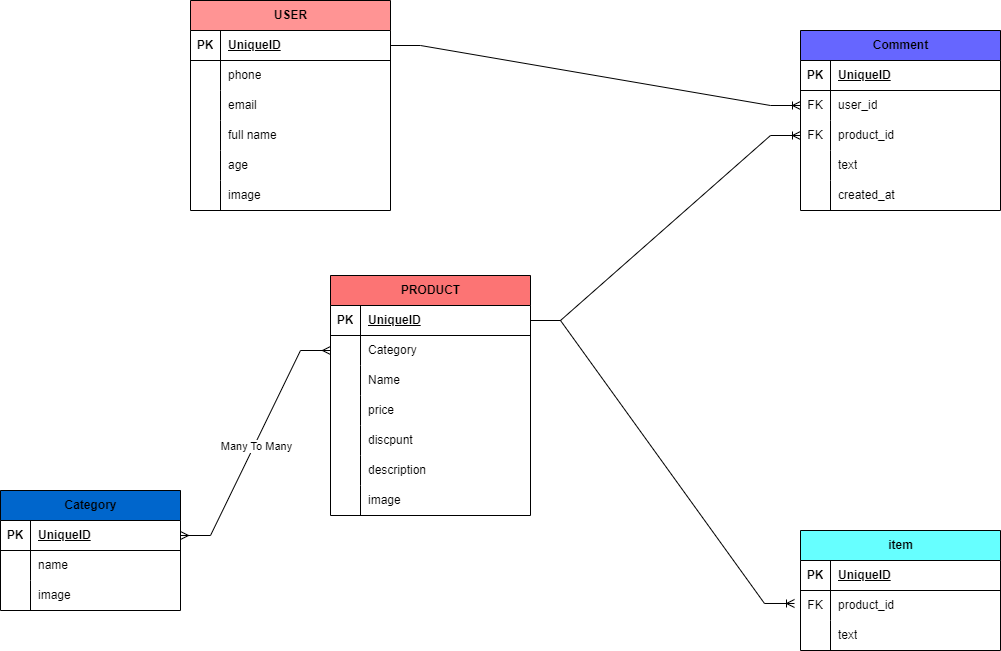
Before: multishop.drawio.png, a diagram exported from draw.io (shirazidev/MultiShop). Source tidied: cells renumbered, new cells last; positions are measured from the earlier drawing's top-left corner, leaving out a move shared by most shapes.
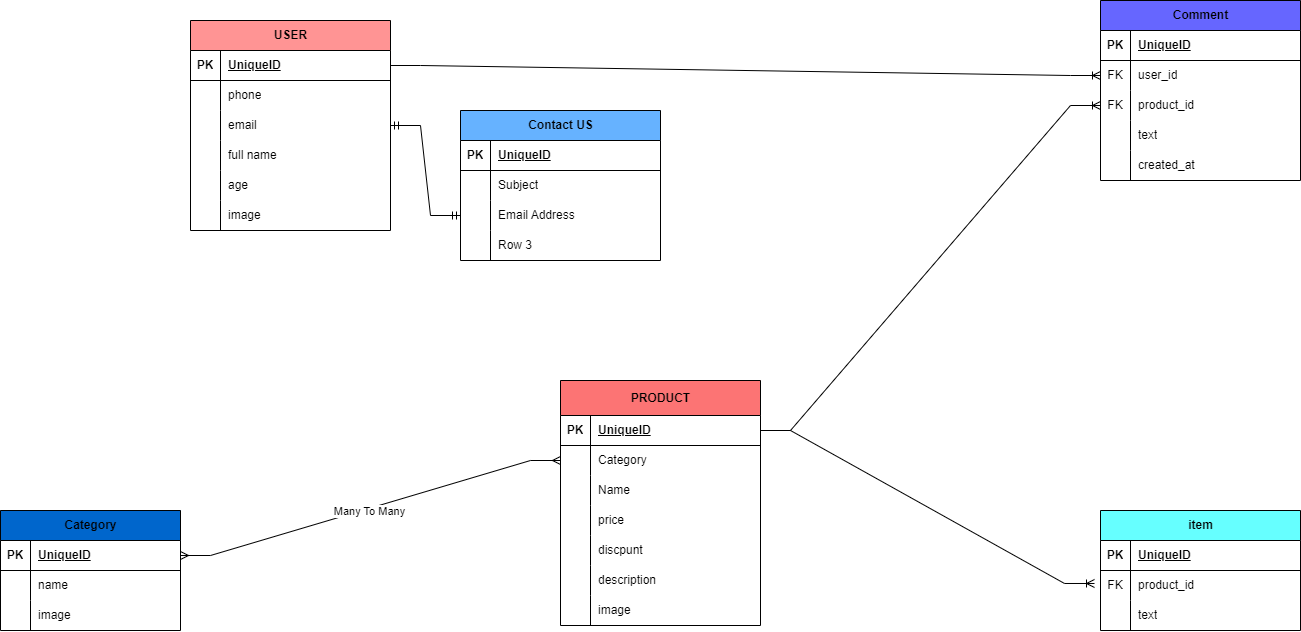
After the change.

The edit, as a diff of the source:
```diff
@@ -60,7 +60,7 @@
       <mxGeometry x="30" width="170" height="30" as="geometry" />
     </mxCell>
     <mxCell id="21" value="item&lt;span style=&quot;white-space: pre;&quot;&gt;&#9;&lt;/span&gt;" style="shape=table;startSize=30;rowLines=0;fontStyle=1;align=center;html=1;fillColor=#66FFFF;" parent="1" vertex="1">
-      <mxGeometry x="800" y="530" width="200" height="120" as="geometry" />
+      <mxGeometry x="1100" y="490" width="200" height="120" as="geometry" />
     </mxCell>
     <mxCell id="22" style="shape=tableRow;horizontal=0;startSize=0;swimlaneHead=0;swimlaneBody=0;fillColor=none;top=0;left=0;right=0;bottom=1;" parent="21" vertex="1">
       <mxGeometry y="30" width="200" height="30" as="geometry" />
@@ -93,7 +93,7 @@
       <mxGeometry relative="1" as="geometry" />
     </mxCell>
     <mxCell id="32" value="Comment" style="shape=table;startSize=30;rowLines=0;fontStyle=1;align=center;html=1;fillColor=#6666FF;" parent="1" vertex="1">
-      <mxGeometry x="800" y="30" width="200" height="180" as="geometry" />
+      <mxGeometry x="1100" y="-20" width="200" height="180" as="geometry" />
     </mxCell>
     <mxCell id="33" style="shape=tableRow;horizontal=0;startSize=0;swimlaneHead=0;swimlaneBody=0;fillColor=none;top=0;left=0;right=0;bottom=1;" parent="32" vertex="1">
       <mxGeometry y="30" width="200" height="30" as="geometry" />
@@ -176,11 +176,11 @@
     <mxCell id="59" value="image" style="shape=partialRectangle;fillColor=none;top=0;left=0;bottom=0;right=0;align=left;spacingLeft=6;overflow=hidden;whiteSpace=wrap;html=1;" parent="57" vertex="1">
       <mxGeometry x="30" width="150" height="30" as="geometry" />
     </mxCell>
-    <mxCell id="60" value="PRODUCT" style="shape=table;startSize=30;rowLines=0;fontStyle=1;align=center;html=1;fillColor=#FC7474;" parent="1" vertex="1">
-      <mxGeometry x="330" y="275" width="200" height="240" as="geometry" />
+    <mxCell id="60" value="PRODUCT" style="shape=table;startSize=35;rowLines=0;fontStyle=1;align=center;html=1;fillColor=#FC7474;" parent="1" vertex="1">
+      <mxGeometry x="560" y="360" width="200" height="245" as="geometry" />
     </mxCell>
     <mxCell id="61" style="shape=tableRow;horizontal=0;startSize=0;swimlaneHead=0;swimlaneBody=0;fillColor=none;points=[[0,0.5],[1,0.5]];portConstraint=eastwest;top=0;left=0;right=0;bottom=1;" parent="60" vertex="1">
-      <mxGeometry y="30" width="200" height="30" as="geometry" />
+      <mxGeometry y="35" width="200" height="30" as="geometry" />
     </mxCell>
     <mxCell id="62" value="PK" style="shape=partialRectangle;fillColor=none;top=0;left=0;bottom=0;right=0;fontStyle=1;overflow=hidden;whiteSpace=wrap;html=1;" parent="61" vertex="1">
       <mxGeometry width="30" height="30" as="geometry" />
@@ -189,7 +189,7 @@
       <mxGeometry x="30" width="170" height="30" as="geometry" />
     </mxCell>
     <mxCell id="64" style="shape=tableRow;horizontal=0;startSize=0;swimlaneHead=0;swimlaneBody=0;fillColor=none;points=[[0,0.5],[1,0.5]];portConstraint=eastwest;top=0;left=0;right=0;bottom=0;" parent="60" vertex="1">
-      <mxGeometry y="60" width="200" height="30" as="geometry" />
+      <mxGeometry y="65" width="200" height="30" as="geometry" />
     </mxCell>
     <mxCell id="65" style="shape=partialRectangle;fillColor=none;top=0;left=0;bottom=0;right=0;overflow=hidden;whiteSpace=wrap;html=1;" parent="64" vertex="1">
       <mxGeometry width="30" height="30" as="geometry" />
@@ -198,7 +198,7 @@
       <mxGeometry x="30" width="170" height="30" as="geometry" />
     </mxCell>
     <mxCell id="67" style="shape=tableRow;horizontal=0;startSize=0;swimlaneHead=0;swimlaneBody=0;fillColor=none;top=0;left=0;right=0;bottom=0;" parent="60" vertex="1">
-      <mxGeometry y="90" width="200" height="30" as="geometry" />
+      <mxGeometry y="95" width="200" height="30" as="geometry" />
     </mxCell>
     <mxCell id="68" style="shape=partialRectangle;fillColor=none;top=0;left=0;bottom=0;right=0;overflow=hidden;whiteSpace=wrap;html=1;" parent="67" vertex="1">
       <mxGeometry width="30" height="30" as="geometry" />
@@ -207,7 +207,7 @@
       <mxGeometry x="30" width="170" height="30" as="geometry" />
     </mxCell>
     <mxCell id="70" style="shape=tableRow;horizontal=0;startSize=0;swimlaneHead=0;swimlaneBody=0;fillColor=none;top=0;left=0;right=0;bottom=0;" parent="60" vertex="1">
-      <mxGeometry y="120" width="200" height="30" as="geometry" />
+      <mxGeometry y="125" width="200" height="30" as="geometry" />
     </mxCell>
     <mxCell id="71" style="shape=partialRectangle;fillColor=none;top=0;left=0;bottom=0;right=0;overflow=hidden;whiteSpace=wrap;html=1;" parent="70" vertex="1">
       <mxGeometry width="30" height="30" as="geometry" />
@@ -216,7 +216,7 @@
       <mxGeometry x="30" width="170" height="30" as="geometry" />
     </mxCell>
     <mxCell id="73" style="shape=tableRow;horizontal=0;startSize=0;swimlaneHead=0;swimlaneBody=0;fillColor=none;top=0;left=0;right=0;bottom=0;" parent="60" vertex="1">
-      <mxGeometry y="150" width="200" height="30" as="geometry" />
+      <mxGeometry y="155" width="200" height="30" as="geometry" />
     </mxCell>
     <mxCell id="74" style="shape=partialRectangle;fillColor=none;top=0;left=0;bottom=0;right=0;overflow=hidden;whiteSpace=wrap;html=1;" parent="73" vertex="1">
       <mxGeometry width="30" height="30" as="geometry" />
@@ -225,7 +225,7 @@
       <mxGeometry x="30" width="170" height="30" as="geometry" />
     </mxCell>
     <mxCell id="76" style="shape=tableRow;horizontal=0;startSize=0;swimlaneHead=0;swimlaneBody=0;fillColor=none;top=0;left=0;right=0;bottom=0;" parent="60" vertex="1">
-      <mxGeometry y="180" width="200" height="30" as="geometry" />
+      <mxGeometry y="185" width="200" height="30" as="geometry" />
     </mxCell>
     <mxCell id="77" style="shape=partialRectangle;fillColor=none;top=0;left=0;bottom=0;right=0;overflow=hidden;whiteSpace=wrap;html=1;" parent="76" vertex="1">
       <mxGeometry width="30" height="30" as="geometry" />
@@ -234,7 +234,7 @@
       <mxGeometry x="30" width="170" height="30" as="geometry" />
     </mxCell>
     <mxCell id="79" style="shape=tableRow;horizontal=0;startSize=0;swimlaneHead=0;swimlaneBody=0;fillColor=none;top=0;left=0;right=0;bottom=0;" parent="60" vertex="1">
-      <mxGeometry y="210" width="200" height="30" as="geometry" />
+      <mxGeometry y="215" width="200" height="30" as="geometry" />
     </mxCell>
     <mxCell id="80" style="shape=partialRectangle;fillColor=none;top=0;left=0;bottom=0;right=0;overflow=hidden;whiteSpace=wrap;html=1;" parent="79" vertex="1">
       <mxGeometry width="30" height="30" as="geometry" />
@@ -248,5 +248,47 @@
     <mxCell id="83" value="Many To Many" style="edgeLabel;html=1;align=center;verticalAlign=middle;" parent="82" vertex="1">
       <mxGeometry x="-0.01" y="-2" relative="1" as="geometry" />
     </mxCell>
+    <mxCell id="84" value="Contact US" style="shape=table;startSize=30;rowLines=0;fontStyle=1;align=center;html=1;fillColor=#66B2FF;" parent="1" vertex="1">
+      <mxGeometry x="460" y="90" width="200" height="150" as="geometry" />
+    </mxCell>
+    <mxCell id="85" style="shape=tableRow;horizontal=0;startSize=0;swimlaneHead=0;swimlaneBody=0;fillColor=none;top=0;left=0;right=0;bottom=1;" parent="84" vertex="1">
+      <mxGeometry y="30" width="200" height="30" as="geometry" />
+    </mxCell>
+    <mxCell id="86" value="PK" style="shape=partialRectangle;fillColor=none;top=0;left=0;bottom=0;right=0;fontStyle=1;overflow=hidden;whiteSpace=wrap;html=1;" parent="85" vertex="1">
+      <mxGeometry width="30" height="30" as="geometry" />
+    </mxCell>
+    <mxCell id="87" value="UniqueID" style="shape=partialRectangle;fillColor=none;top=0;left=0;bottom=0;right=0;align=left;spacingLeft=6;fontStyle=5;overflow=hidden;whiteSpace=wrap;html=1;" parent="85" vertex="1">
+      <mxGeometry x="30" width="170" height="30" as="geometry" />
+    </mxCell>
+    <mxCell id="88" style="shape=tableRow;horizontal=0;startSize=0;swimlaneHead=0;swimlaneBody=0;fillColor=none;top=0;left=0;right=0;bottom=0;" parent="84" vertex="1">
+      <mxGeometry y="60" width="200" height="30" as="geometry" />
+    </mxCell>
+    <mxCell id="89" style="shape=partialRectangle;fillColor=none;top=0;left=0;bottom=0;right=0;overflow=hidden;whiteSpace=wrap;html=1;" parent="88" vertex="1">
+      <mxGeometry width="30" height="30" as="geometry" />
+    </mxCell>
+    <mxCell id="90" value="Subject" style="shape=partialRectangle;fillColor=none;top=0;left=0;bottom=0;right=0;align=left;spacingLeft=6;overflow=hidden;whiteSpace=wrap;html=1;" parent="88" vertex="1">
+      <mxGeometry x="30" width="170" height="30" as="geometry" />
+    </mxCell>
+    <mxCell id="91" style="shape=tableRow;horizontal=0;startSize=0;swimlaneHead=0;swimlaneBody=0;fillColor=none;points=[[0,0.5],[1,0.5]];portConstraint=eastwest;top=0;left=0;right=0;bottom=0;" parent="84" vertex="1">
+      <mxGeometry y="90" width="200" height="30" as="geometry" />
+    </mxCell>
+    <mxCell id="92" style="shape=partialRectangle;fillColor=none;top=0;left=0;bottom=0;right=0;overflow=hidden;whiteSpace=wrap;html=1;" parent="91" vertex="1">
+      <mxGeometry width="30" height="30" as="geometry" />
+    </mxCell>
+    <mxCell id="93" value="Email Address" style="shape=partialRectangle;fillColor=none;top=0;left=0;bottom=0;right=0;align=left;spacingLeft=6;overflow=hidden;whiteSpace=wrap;html=1;" parent="91" vertex="1">
+      <mxGeometry x="30" width="170" height="30" as="geometry" />
+    </mxCell>
+    <mxCell id="94" style="shape=tableRow;horizontal=0;startSize=0;swimlaneHead=0;swimlaneBody=0;fillColor=none;top=0;left=0;right=0;bottom=0;" parent="84" vertex="1">
+      <mxGeometry y="120" width="200" height="30" as="geometry" />
+    </mxCell>
+    <mxCell id="95" style="shape=partialRectangle;fillColor=none;top=0;left=0;bottom=0;right=0;overflow=hidden;whiteSpace=wrap;html=1;" parent="94" vertex="1">
+      <mxGeometry width="30" height="30" as="geometry" />
+    </mxCell>
+    <mxCell id="96" value="Row 3" style="shape=partialRectangle;fillColor=none;top=0;left=0;bottom=0;right=0;align=left;spacingLeft=6;overflow=hidden;whiteSpace=wrap;html=1;" parent="94" vertex="1">
+      <mxGeometry x="30" width="170" height="30" as="geometry" />
+    </mxCell>
+    <mxCell id="97" style="edgeStyle=entityRelationEdgeStyle;fontSize=12;html=1;endArrow=ERmandOne;startArrow=ERmandOne;rounded=0;exitX=1;exitY=0.5;exitDx=0;exitDy=0;entryX=0;entryY=0.5;entryDx=0;entryDy=0;" parent="1" edge="1" source="9" target="91">
+      <mxGeometry relative="1" as="geometry" />
+    </mxCell>
   </root>
 </mxGraphModel>
```
